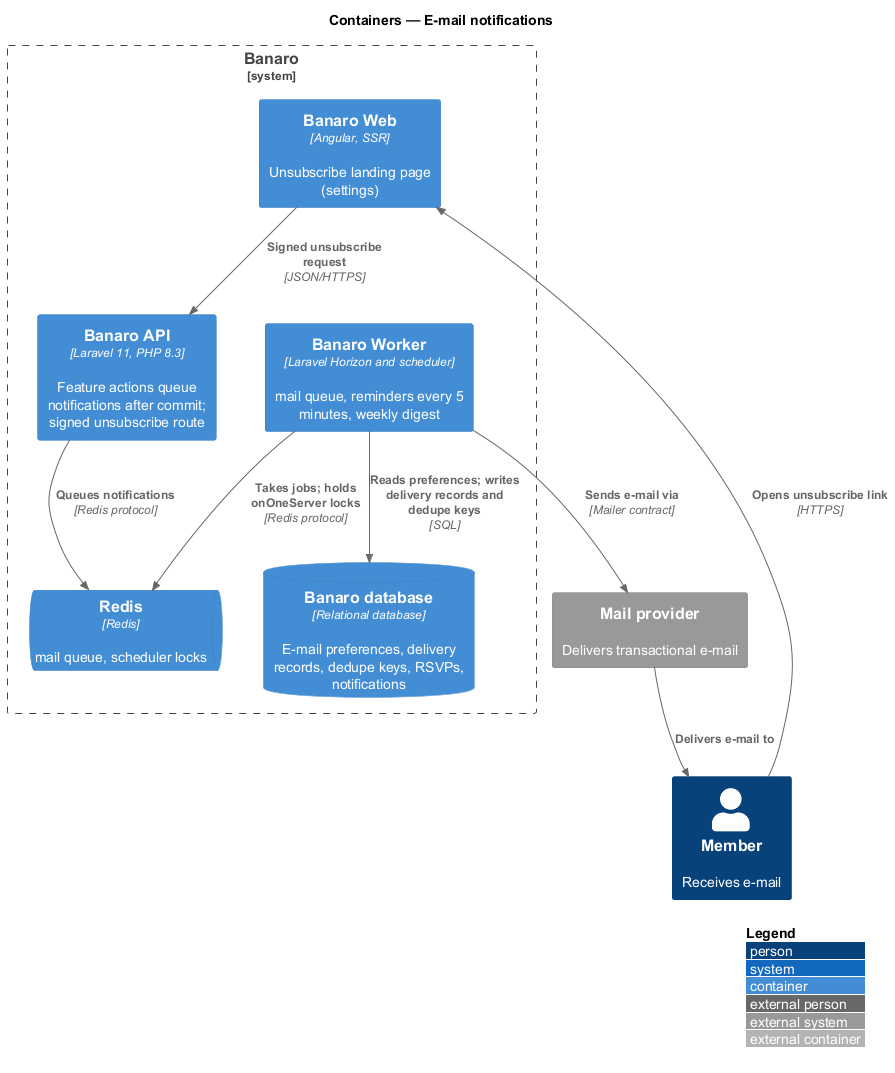
Before: docs/detailed-designs/notifications/email-notifications/diagrams/c4-container.png, a diagram exported from PlantUML (QuinntyneBrown/banaro).
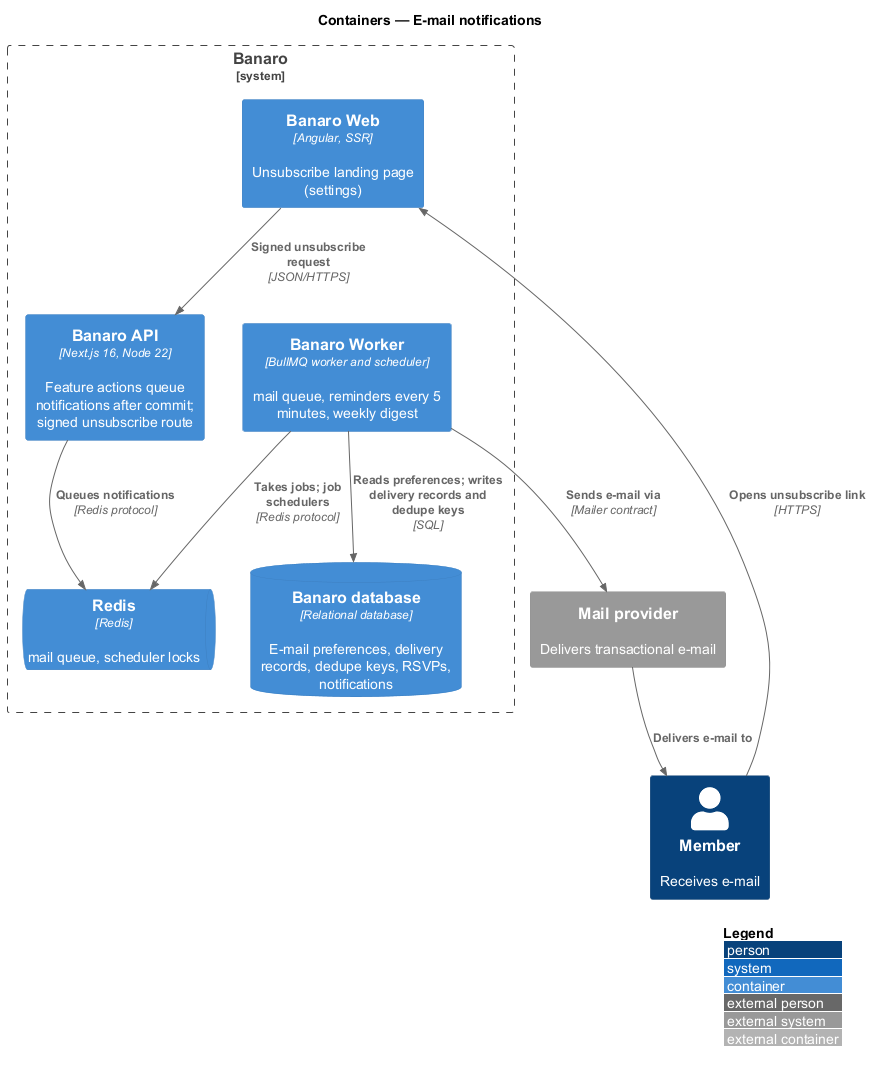
After the commit.

Change to the diagram source:
```diff
@@ -8,14 +8,14 @@
 
 System_Boundary(banaro, "Banaro") {
   Container(web, "Banaro Web", "Angular, SSR", "Unsubscribe landing page (settings)")
-  Container(api, "Banaro API", "Laravel 11, PHP 8.3", "Feature actions queue notifications after commit; signed unsubscribe route")
-  Container(worker, "Banaro Worker", "Laravel Horizon and scheduler", "mail queue, reminders every 5 minutes, weekly digest")
+  Container(api, "Banaro API", "Next.js 16, Node 22", "Feature actions queue notifications after commit; signed unsubscribe route")
+  Container(worker, "Banaro Worker", "BullMQ worker and scheduler", "mail queue, reminders every 5 minutes, weekly digest")
   ContainerDb(db, "Banaro database", "Relational database", "E-mail preferences, delivery records, dedupe keys, RSVPs, notifications")
   ContainerQueue(redis, "Redis", "Redis", "mail queue, scheduler locks")
 }
 
 Rel(api, redis, "Queues notifications", "Redis protocol")
-Rel(worker, redis, "Takes jobs; holds onOneServer locks", "Redis protocol")
+Rel(worker, redis, "Takes jobs; job schedulers", "Redis protocol")
 Rel(worker, db, "Reads preferences; writes delivery records and dedupe keys", "SQL")
 Rel(worker, mail, "Sends e-mail via", "Mailer contract")
 Rel(mail, member, "Delivers e-mail to")
```
